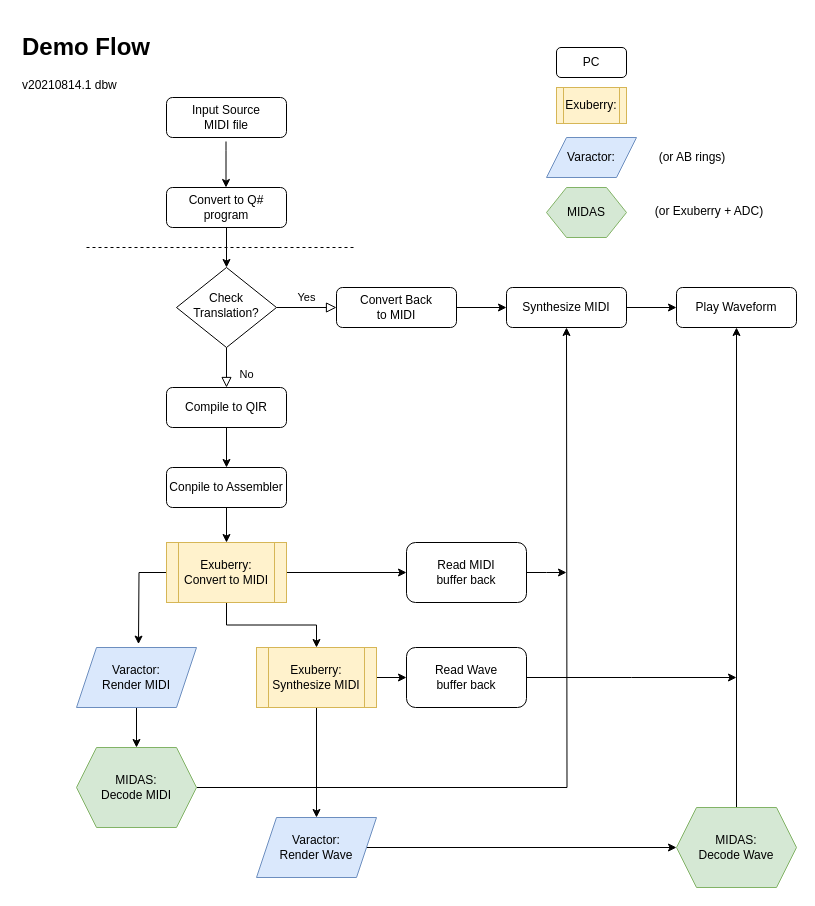
Above: DemoFlow.drawio in dbwz8/ASCII-Tetris (draw.io), before the change. Source tidied: cells renumbered, new cells numbered last; positions are measured from the earlier drawing's top-left corner, leaving out a move shared by most shapes. Both pictures are drawn from the tidied source at 100%, with x=0, y=0 at pixel (17, 27).
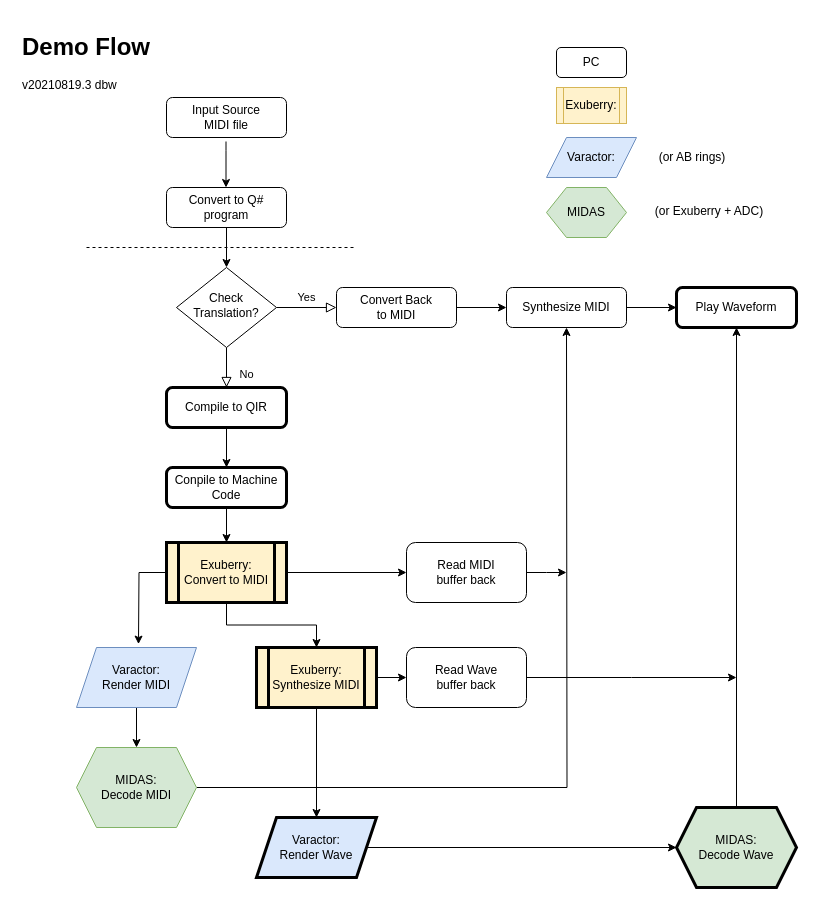
The same page after the edit.

The edit, as a diff of the source:
```diff
@@
-    <mxCell id="10" value="Compile to QIR" style="rounded=1;whiteSpace=wrap;html=1;fontSize=12;glass=0;strokeWidth=1;shadow=0;" parent="1" vertex="1">
+    <mxCell id="10" value="Compile to QIR" style="rounded=1;whiteSpace=wrap;html=1;fontSize=12;glass=0;strokeWidth=3;shadow=0;" parent="1" vertex="1">
       <mxGeometry x="149" y="360" width="120" height="40" as="geometry" />
     </mxCell>
@@
-    <mxCell id="15" value="Play Waveform" style="rounded=1;whiteSpace=wrap;html=1;fontSize=12;glass=0;strokeWidth=1;shadow=0;" parent="1" vertex="1">
+    <mxCell id="15" value="Play Waveform" style="rounded=1;whiteSpace=wrap;html=1;fontSize=12;glass=0;strokeWidth=3;shadow=0;" parent="1" vertex="1">
       <mxGeometry x="659" y="260" width="120" height="40" as="geometry" />
     </mxCell>
@@
-    <mxCell id="17" value="Conpile to Assembler" style="rounded=1;whiteSpace=wrap;html=1;fontSize=12;glass=0;strokeWidth=1;shadow=0;" parent="1" vertex="1">
+    <mxCell id="17" value="Conpile to Machine Code" style="rounded=1;whiteSpace=wrap;html=1;fontSize=12;glass=0;strokeWidth=3;shadow=0;" parent="1" vertex="1">
       <mxGeometry x="149" y="440" width="120" height="40" as="geometry" />
     </mxCell>
@@
-    <mxCell id="21" value="Exuberry:&lt;br&gt;Convert to MIDI" style="shape=process;whiteSpace=wrap;html=1;backgroundOutline=1;fillColor=#fff2cc;strokeColor=#d6b656;" parent="1" vertex="1">
+    <mxCell id="21" value="Exuberry:&lt;br&gt;Convert to MIDI" style="shape=process;whiteSpace=wrap;html=1;backgroundOutline=1;fillColor=#fff2cc;strokeWidth=3;" parent="1" vertex="1">
       <mxGeometry x="149" y="515" width="120" height="60" as="geometry" />
     </mxCell>
@@
-    <mxCell id="24" value="Exuberry:&lt;br&gt;Synthesize MIDI" style="shape=process;whiteSpace=wrap;html=1;backgroundOutline=1;fillColor=#fff2cc;strokeColor=#d6b656;" parent="1" vertex="1">
+    <mxCell id="24" value="Exuberry:&lt;br&gt;Synthesize MIDI" style="shape=process;whiteSpace=wrap;html=1;backgroundOutline=1;fillColor=#fff2cc;strokeWidth=3;" parent="1" vertex="1">
       <mxGeometry x="239" y="620" width="120" height="60" as="geometry" />
     </mxCell>
@@
-    <mxCell id="30" value="Varactor:&lt;br&gt;Render Wave" style="shape=parallelogram;perimeter=parallelogramPerimeter;whiteSpace=wrap;html=1;fixedSize=1;fillColor=#dae8fc;strokeColor=#6c8ebf;" parent="1" vertex="1">
+    <mxCell id="30" value="Varactor:&lt;br&gt;Render Wave" style="shape=parallelogram;perimeter=parallelogramPerimeter;whiteSpace=wrap;html=1;fixedSize=1;fillColor=#dae8fc;strokeWidth=3;" parent="1" vertex="1">
       <mxGeometry x="239" y="790" width="120" height="60" as="geometry" />
     </mxCell>
@@
-    <mxCell id="32" value="MIDAS:&lt;br&gt;Decode Wave" style="shape=hexagon;perimeter=hexagonPerimeter2;whiteSpace=wrap;html=1;fixedSize=1;fillColor=#d5e8d4;strokeColor=#82b366;" parent="1" vertex="1">
+    <mxCell id="32" value="MIDAS:&lt;br&gt;Decode Wave" style="shape=hexagon;perimeter=hexagonPerimeter2;whiteSpace=wrap;html=1;fixedSize=1;fillColor=#d5e8d4;strokeWidth=3;" parent="1" vertex="1">
       <mxGeometry x="659" y="780" width="120" height="80" as="geometry" />
     </mxCell>
@@
-    <mxCell id="44" value="&lt;h1&gt;Demo Flow&lt;/h1&gt;&lt;p&gt;v20210814.1 dbw&lt;/p&gt;" style="text;html=1;strokeColor=none;fillColor=none;spacing=5;spacingTop=-20;whiteSpace=wrap;overflow=hidden;rounded=0;" parent="1" vertex="1">
+    <mxCell id="44" value="&lt;h1&gt;Demo Flow&lt;/h1&gt;&lt;p&gt;v20210819.3 dbw&lt;/p&gt;" style="text;html=1;strokeColor=none;fillColor=none;spacing=5;spacingTop=-20;whiteSpace=wrap;overflow=hidden;rounded=0;" parent="1" vertex="1">
       <mxGeometry width="190" height="74" as="geometry" />
     </mxCell>
```
